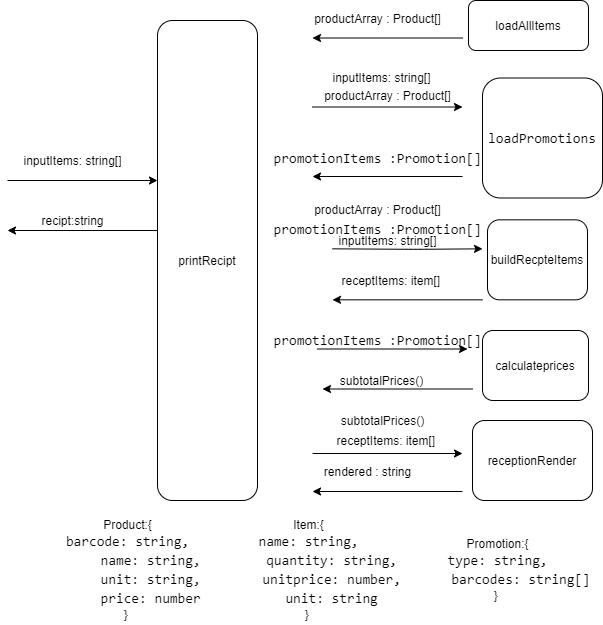
Before: TAskDiagram-POS.png, a diagram exported from draw.io (Lei-zhu-88/POS-Machine-V1-2020-11-5-3-48-45-545). Source tidied: cells renumbered, new cells last; positions are measured from the earlier drawing's top-left corner, leaving out a move shared by most shapes.
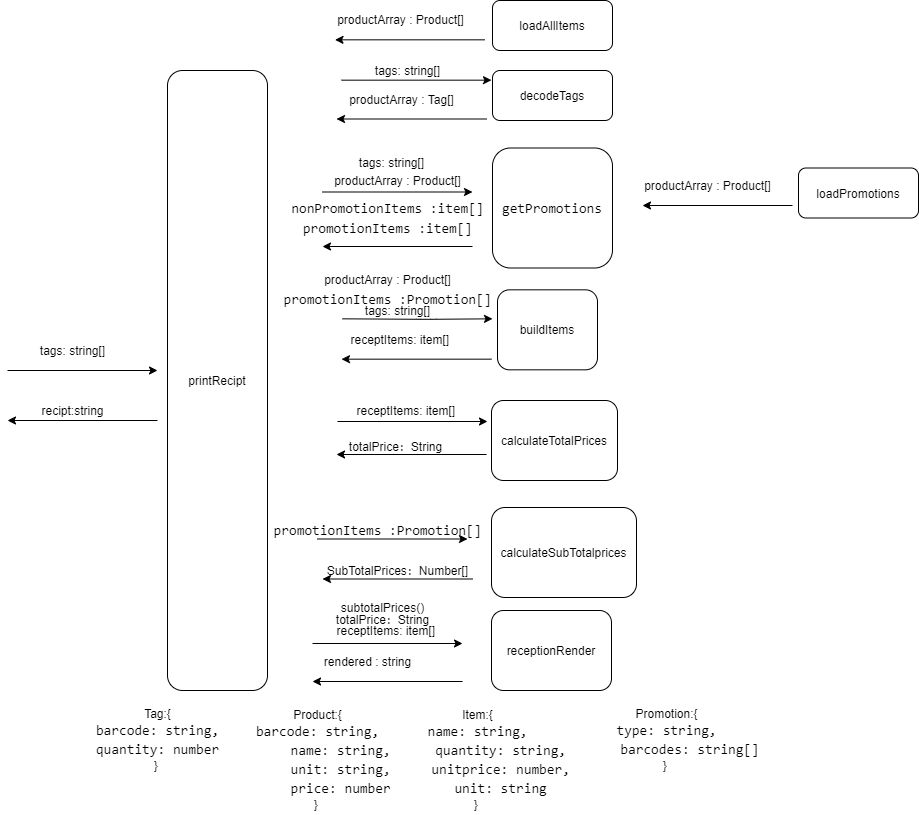
After the commit.

Commit message:
modify task diagram

Change to the diagram source:
```diff
@@ -3,7 +3,7 @@
     <mxCell id="0" />
     <mxCell id="1" parent="0" />
     <mxCell id="2" value="&lt;span&gt;printRecipt&lt;/span&gt;" style="rounded=1;whiteSpace=wrap;html=1;" parent="1" vertex="1">
-      <mxGeometry x="150" y="20" width="100" height="480" as="geometry" />
+      <mxGeometry x="160" y="-120" width="100" height="620" as="geometry" />
     </mxCell>
     <mxCell id="3" style="endArrow=classic;html=1;" parent="1" edge="1">
       <mxGeometry relative="1" as="geometry">
@@ -21,10 +21,10 @@
       <mxGeometry x="25" y="210" width="80" height="20" as="geometry" />
     </mxCell>
     <mxCell id="6" value="receptionRender" style="rounded=1;whiteSpace=wrap;html=1;" parent="1" vertex="1">
-      <mxGeometry x="465" y="420" width="120" height="80" as="geometry" />
+      <mxGeometry x="484" y="420" width="120" height="80" as="geometry" />
     </mxCell>
-    <mxCell id="7" value="&lt;div style=&quot;font-family: &amp;#34;consolas&amp;#34; , &amp;#34;courier new&amp;#34; , monospace ; font-size: 14px ; line-height: 19px&quot;&gt;loadPromotions&lt;/div&gt;" style="rounded=1;whiteSpace=wrap;html=1;" parent="1" vertex="1">
-      <mxGeometry x="475" y="77.5" width="120" height="120" as="geometry" />
+    <mxCell id="7" value="&lt;div style=&quot;font-family: &amp;#34;consolas&amp;#34; , &amp;#34;courier new&amp;#34; , monospace ; font-size: 14px ; line-height: 19px&quot;&gt;getPromotions&lt;/div&gt;" style="rounded=1;whiteSpace=wrap;html=1;" parent="1" vertex="1">
+      <mxGeometry x="485" y="-42.5" width="120" height="120" as="geometry" />
     </mxCell>
     <mxCell id="8" style="endArrow=classic;html=1;" parent="1" edge="1">
       <mxGeometry relative="1" as="geometry">
@@ -40,78 +40,78 @@
     </mxCell>
     <mxCell id="10" style="endArrow=classic;html=1;" parent="1" edge="1">
       <mxGeometry relative="1" as="geometry">
-        <mxPoint x="305" y="106.5" as="sourcePoint" />
-        <mxPoint x="455" y="106.5" as="targetPoint" />
+        <mxPoint x="315" y="1.5" as="sourcePoint" />
+        <mxPoint x="465" y="1.5" as="targetPoint" />
       </mxGeometry>
     </mxCell>
     <mxCell id="11" style="endArrow=classic;html=1;" parent="1" edge="1">
       <mxGeometry relative="1" as="geometry">
-        <mxPoint x="455" y="176" as="sourcePoint" />
-        <mxPoint x="305" y="176" as="targetPoint" />
+        <mxPoint x="465" y="56" as="sourcePoint" />
+        <mxPoint x="315" y="56" as="targetPoint" />
       </mxGeometry>
     </mxCell>
-    <mxCell id="12" value="&lt;font face=&quot;consolas, courier new, monospace&quot;&gt;&lt;span style=&quot;font-size: 14px&quot;&gt;promotionItems :Promotion[]&lt;/span&gt;&lt;/font&gt;" style="text;html=1;align=center;verticalAlign=middle;" parent="1" vertex="1">
-      <mxGeometry x="260" y="147.5" width="220" height="20" as="geometry" />
+    <mxCell id="12" value="&lt;font face=&quot;consolas, courier new, monospace&quot;&gt;&lt;span style=&quot;font-size: 14px&quot;&gt;promotionItems :item[]&lt;/span&gt;&lt;/font&gt;" style="text;html=1;align=center;verticalAlign=middle;" parent="1" vertex="1">
+      <mxGeometry x="290" y="27.5" width="180" height="20" as="geometry" />
     </mxCell>
     <mxCell id="13" value="&lt;span&gt;rendered&lt;/span&gt;&lt;span&gt;&amp;nbsp;: string&lt;/span&gt;" style="text;html=1;align=center;verticalAlign=middle;" parent="1" vertex="1">
       <mxGeometry x="310" y="461" width="100" height="20" as="geometry" />
     </mxCell>
-    <mxCell id="14" value="inputItems: string[]" style="text;html=1;align=center;verticalAlign=middle;" parent="1" vertex="1">
-      <mxGeometry x="10" y="150" width="110" height="20" as="geometry" />
+    <mxCell id="14" value="tags: string[]" style="text;html=1;align=center;verticalAlign=middle;" parent="1" vertex="1">
+      <mxGeometry x="25" y="150" width="80" height="20" as="geometry" />
     </mxCell>
-    <mxCell id="15" value="buildRecpteItems" style="rounded=1;whiteSpace=wrap;html=1;" parent="1" vertex="1">
-      <mxGeometry x="480" y="219.3" width="100" height="80" as="geometry" />
+    <mxCell id="15" value="buildItems" style="rounded=1;whiteSpace=wrap;html=1;" parent="1" vertex="1">
+      <mxGeometry x="490" y="99.3" width="100" height="80" as="geometry" />
     </mxCell>
     <mxCell id="16" style="endArrow=classic;html=1;" parent="1" edge="1">
       <mxGeometry relative="1" as="geometry">
-        <mxPoint x="325" y="248.3" as="sourcePoint" />
-        <mxPoint x="475" y="248.3" as="targetPoint" />
+        <mxPoint x="335" y="128.3" as="sourcePoint" />
+        <mxPoint x="485" y="128.3" as="targetPoint" />
         <Array as="points">
-          <mxPoint x="409" y="248.8" />
+          <mxPoint x="419" y="128.8" />
         </Array>
       </mxGeometry>
     </mxCell>
     <mxCell id="17" style="endArrow=classic;html=1;" parent="1" edge="1">
       <mxGeometry relative="1" as="geometry">
-        <mxPoint x="475" y="299.3" as="sourcePoint" />
-        <mxPoint x="325" y="299.3" as="targetPoint" />
+        <mxPoint x="484" y="168.7" as="sourcePoint" />
+        <mxPoint x="334" y="168.7" as="targetPoint" />
       </mxGeometry>
     </mxCell>
     <mxCell id="18" value="loadAllItems" style="rounded=1;whiteSpace=wrap;html=1;" parent="1" vertex="1">
-      <mxGeometry x="461" width="120" height="50" as="geometry" />
+      <mxGeometry x="485" y="-190" width="120" height="50" as="geometry" />
     </mxCell>
     <mxCell id="19" style="endArrow=classic;html=1;" parent="1" edge="1">
       <mxGeometry relative="1" as="geometry">
-        <mxPoint x="455" y="37.5" as="sourcePoint" />
-        <mxPoint x="305" y="37.5" as="targetPoint" />
+        <mxPoint x="477.5" y="-150.7" as="sourcePoint" />
+        <mxPoint x="327.5" y="-150.7" as="targetPoint" />
       </mxGeometry>
     </mxCell>
     <mxCell id="20" value="&lt;span&gt;productArray&lt;/span&gt;&lt;span&gt;&amp;nbsp;: Product[]&lt;/span&gt;" style="text;html=1;align=center;verticalAlign=middle;" parent="1" vertex="1">
-      <mxGeometry x="300" y="7.5" width="140" height="20" as="geometry" />
+      <mxGeometry x="322.5" y="-180.7" width="140" height="20" as="geometry" />
     </mxCell>
     <mxCell id="21" value="receptItems: item[]&amp;nbsp;" style="text;html=1;align=center;verticalAlign=middle;" parent="1" vertex="1">
-      <mxGeometry x="325" y="270" width="120" height="20" as="geometry" />
+      <mxGeometry x="334" y="139.3" width="120" height="20" as="geometry" />
     </mxCell>
     <mxCell id="22" value="Product:{&lt;br&gt;&lt;div style=&quot;font-family: &amp;#34;consolas&amp;#34; , &amp;#34;courier new&amp;#34; , monospace ; font-size: 14px ; line-height: 19px&quot;&gt;&lt;div&gt;barcode: string,&lt;/div&gt;&lt;div&gt;&amp;nbsp;&amp;nbsp;&amp;nbsp;&amp;nbsp;&amp;nbsp;&amp;nbsp;name: string,&lt;/div&gt;&lt;div&gt;&amp;nbsp;&amp;nbsp;&amp;nbsp;&amp;nbsp;&amp;nbsp;&amp;nbsp;unit: string,&lt;/div&gt;&lt;div&gt;&amp;nbsp;&amp;nbsp;&amp;nbsp;&amp;nbsp;&amp;nbsp;&amp;nbsp;price:&amp;nbsp;number&lt;/div&gt;&lt;/div&gt;}&amp;nbsp;" style="text;html=1;align=center;verticalAlign=middle;" parent="1" vertex="1">
-      <mxGeometry x="40" y="513.5" width="160" height="110" as="geometry" />
+      <mxGeometry x="230" y="513.5" width="160" height="110" as="geometry" />
     </mxCell>
     <mxCell id="23" value="Item:{&lt;br&gt;&lt;div style=&quot;font-family: &amp;#34;consolas&amp;#34; , &amp;#34;courier new&amp;#34; , monospace ; font-size: 14px ; line-height: 19px&quot;&gt;&lt;div&gt;name: string,&lt;/div&gt;&lt;div&gt;&amp;nbsp;&amp;nbsp;&amp;nbsp;&amp;nbsp;&amp;nbsp;&amp;nbsp;quantity: string,&lt;/div&gt;&lt;div&gt;&amp;nbsp;&amp;nbsp;&amp;nbsp;&amp;nbsp;&amp;nbsp;&amp;nbsp;unitprice: number,&lt;/div&gt;&lt;div&gt;&amp;nbsp;&amp;nbsp;&amp;nbsp;&amp;nbsp;&amp;nbsp;&amp;nbsp;unit:&amp;nbsp;string&lt;/div&gt;&lt;/div&gt;}&amp;nbsp;" style="text;html=1;align=center;verticalAlign=middle;" parent="1" vertex="1">
-      <mxGeometry x="201" y="513.5" width="200" height="110" as="geometry" />
+      <mxGeometry x="370" y="513.5" width="200" height="110" as="geometry" />
     </mxCell>
-    <mxCell id="24" value="inputItems: string[]" style="text;html=1;align=center;verticalAlign=middle;" parent="1" vertex="1">
-      <mxGeometry x="319" y="66.5" width="110" height="20" as="geometry" />
+    <mxCell id="24" value="tags: string[]" style="text;html=1;align=center;verticalAlign=middle;" parent="1" vertex="1">
+      <mxGeometry x="344" y="-38.5" width="80" height="20" as="geometry" />
     </mxCell>
     <mxCell id="25" value="&lt;span&gt;productArray&lt;/span&gt;&lt;span&gt;&amp;nbsp;: Product[]&lt;/span&gt;" style="text;html=1;align=center;verticalAlign=middle;" parent="1" vertex="1">
-      <mxGeometry x="310" y="85" width="140" height="20" as="geometry" />
+      <mxGeometry x="320" y="-20" width="140" height="20" as="geometry" />
     </mxCell>
     <mxCell id="26" value="Promotion:{&lt;br&gt;&lt;div style=&quot;font-family: &amp;#34;consolas&amp;#34; , &amp;#34;courier new&amp;#34; , monospace ; font-size: 14px ; line-height: 19px&quot;&gt;&lt;div&gt;type: string,&lt;/div&gt;&lt;div&gt;&amp;nbsp; &amp;nbsp; &amp;nbsp;&amp;nbsp;&lt;span&gt;barcodes: string[]&lt;/span&gt;&lt;/div&gt;&lt;/div&gt;}&amp;nbsp;" style="text;html=1;align=center;verticalAlign=middle;" parent="1" vertex="1">
-      <mxGeometry x="390" y="533.5" width="200" height="70" as="geometry" />
+      <mxGeometry x="559" y="513.5" width="200" height="70" as="geometry" />
     </mxCell>
     <mxCell id="27" value="&lt;font face=&quot;consolas, courier new, monospace&quot;&gt;&lt;span style=&quot;font-size: 14px&quot;&gt;promotionItems :Promotion[]&lt;/span&gt;&lt;/font&gt;" style="text;html=1;align=center;verticalAlign=middle;" parent="1" vertex="1">
-      <mxGeometry x="260" y="219.3" width="220" height="20" as="geometry" />
+      <mxGeometry x="270" y="99.3" width="220" height="20" as="geometry" />
     </mxCell>
-    <mxCell id="28" value="calculateprices" style="rounded=1;whiteSpace=wrap;html=1;" parent="1" vertex="1">
-      <mxGeometry x="475" y="330" width="106" height="70" as="geometry" />
+    <mxCell id="28" value="calculateSubTotalprices" style="rounded=1;whiteSpace=wrap;html=1;" parent="1" vertex="1">
+      <mxGeometry x="484" y="317" width="145" height="90" as="geometry" />
     </mxCell>
     <mxCell id="29" style="endArrow=classic;html=1;" parent="1" edge="1">
       <mxGeometry relative="1" as="geometry">
@@ -125,26 +125,89 @@
         <mxPoint x="315" y="388.5" as="targetPoint" />
       </mxGeometry>
     </mxCell>
-    <mxCell id="31" value="subtotalPrices()" style="text;html=1;align=center;verticalAlign=middle;" parent="1" vertex="1">
-      <mxGeometry x="324" y="370" width="100" height="20" as="geometry" />
+    <mxCell id="31" value="SubTotalPrices：Number[]" style="text;html=1;align=center;verticalAlign=middle;" parent="1" vertex="1">
+      <mxGeometry x="310" y="370" width="160" height="20" as="geometry" />
     </mxCell>
     <mxCell id="32" value="&lt;font face=&quot;consolas, courier new, monospace&quot;&gt;&lt;span style=&quot;font-size: 14px&quot;&gt;promotionItems :Promotion[]&lt;/span&gt;&lt;/font&gt;" style="text;html=1;align=center;verticalAlign=middle;" parent="1" vertex="1">
       <mxGeometry x="260" y="330" width="220" height="20" as="geometry" />
     </mxCell>
     <mxCell id="33" value="&lt;span style=&quot;color: rgba(0 , 0 , 0 , 0) ; font-family: monospace ; font-size: 0px&quot;&gt;%3CmxGraphModel%3E%3Croot%3E%3CmxCell%20id%3D%220%22%2F%3E%3CmxCell%20id%3D%221%22%20parent%3D%220%22%2F%3E%3CmxCell%20id%3D%222%22%20value%3D%22%26lt%3Bspan%26gt%3BproductArray%26lt%3B%2Fspan%26gt%3B%26lt%3Bspan%26gt%3B%26amp%3Bnbsp%3B%3A%20Product%5B%5D%26lt%3B%2Fspan%26gt%3B%22%20style%3D%22text%3Bhtml%3D1%3Balign%3Dcenter%3BverticalAlign%3Dmiddle%3Bresizable%3D0%3Bpoints%3D%5B%5D%3Bautosize%3D1%3B%22%20vertex%3D%221%22%20parent%3D%221%22%3E%3CmxGeometry%20x%3D%22370%22%20y%3D%2237.5%22%20width%3D%22140%22%20height%3D%2220%22%20as%3D%22geometry%22%2F%3E%3C%2FmxCell%3E%3C%2Froot%3E%3C%2FmxGraphModel%3E&lt;/span&gt;" style="text;html=1;align=center;verticalAlign=middle;" parent="1" vertex="1">
-      <mxGeometry x="369" y="199.3" width="20" height="20" as="geometry" />
+      <mxGeometry x="379" y="79.3" width="20" height="20" as="geometry" />
     </mxCell>
     <mxCell id="34" value="&lt;span&gt;productArray&lt;/span&gt;&lt;span&gt;&amp;nbsp;: Product[]&lt;/span&gt;" style="text;html=1;align=center;verticalAlign=middle;" parent="1" vertex="1">
-      <mxGeometry x="300" y="199.3" width="140" height="20" as="geometry" />
+      <mxGeometry x="310" y="79.3" width="140" height="20" as="geometry" />
     </mxCell>
-    <mxCell id="35" value="inputItems: string[]" style="text;html=1;align=center;verticalAlign=middle;" parent="1" vertex="1">
-      <mxGeometry x="325" y="230" width="110" height="20" as="geometry" />
+    <mxCell id="35" value="tags: string[]" style="text;html=1;align=center;verticalAlign=middle;" parent="1" vertex="1">
+      <mxGeometry x="350" y="110" width="80" height="20" as="geometry" />
     </mxCell>
     <mxCell id="36" value="subtotalPrices()" style="text;html=1;align=center;verticalAlign=middle;" parent="1" vertex="1">
-      <mxGeometry x="325" y="410" width="100" height="20" as="geometry" />
+      <mxGeometry x="325" y="407" width="100" height="20" as="geometry" />
     </mxCell>
     <mxCell id="37" value="receptItems: item[]&amp;nbsp;" style="text;html=1;align=center;verticalAlign=middle;" parent="1" vertex="1">
       <mxGeometry x="320" y="430" width="120" height="20" as="geometry" />
     </mxCell>
+    <mxCell id="38" value="calculateTotalPrices" style="rounded=1;whiteSpace=wrap;html=1;" parent="1" vertex="1">
+      <mxGeometry x="484" y="210" width="126" height="80" as="geometry" />
+    </mxCell>
+    <mxCell id="39" style="endArrow=classic;html=1;" parent="1" edge="1">
+      <mxGeometry relative="1" as="geometry">
+        <mxPoint x="330" y="231" as="sourcePoint" />
+        <mxPoint x="480" y="231" as="targetPoint" />
+      </mxGeometry>
+    </mxCell>
+    <mxCell id="40" style="endArrow=classic;html=1;" parent="1" edge="1">
+      <mxGeometry relative="1" as="geometry">
+        <mxPoint x="479" y="264" as="sourcePoint" />
+        <mxPoint x="329" y="264" as="targetPoint" />
+      </mxGeometry>
+    </mxCell>
+    <mxCell id="41" value="totalPrice：String" style="text;html=1;align=center;verticalAlign=middle;" parent="1" vertex="1">
+      <mxGeometry x="333" y="245.5" width="110" height="20" as="geometry" />
+    </mxCell>
+    <mxCell id="42" value="receptItems: item[]&amp;nbsp;" style="text;html=1;align=center;verticalAlign=middle;" parent="1" vertex="1">
+      <mxGeometry x="340" y="210" width="120" height="20" as="geometry" />
+    </mxCell>
+    <mxCell id="43" value="loadPromotions" style="rounded=1;whiteSpace=wrap;html=1;" parent="1" vertex="1">
+      <mxGeometry x="791" y="-22.5" width="120" height="50" as="geometry" />
+    </mxCell>
+    <mxCell id="44" style="endArrow=classic;html=1;" parent="1" edge="1">
+      <mxGeometry relative="1" as="geometry">
+        <mxPoint x="785" y="15" as="sourcePoint" />
+        <mxPoint x="635" y="15" as="targetPoint" />
+      </mxGeometry>
+    </mxCell>
+    <mxCell id="45" value="&lt;span&gt;productArray&lt;/span&gt;&lt;span&gt;&amp;nbsp;: Product[]&lt;/span&gt;" style="text;html=1;align=center;verticalAlign=middle;" parent="1" vertex="1">
+      <mxGeometry x="630" y="-15" width="140" height="20" as="geometry" />
+    </mxCell>
+    <mxCell id="46" value="&lt;font face=&quot;consolas, courier new, monospace&quot;&gt;&lt;span style=&quot;font-size: 14px&quot;&gt;nonPromotionItems :item[]&lt;/span&gt;&lt;/font&gt;" style="text;html=1;align=center;verticalAlign=middle;" parent="1" vertex="1">
+      <mxGeometry x="275" y="7.5" width="210" height="20" as="geometry" />
+    </mxCell>
+    <mxCell id="47" value="totalPrice：String" style="text;html=1;align=center;verticalAlign=middle;" parent="1" vertex="1">
+      <mxGeometry x="320" y="419" width="110" height="20" as="geometry" />
+    </mxCell>
+    <mxCell id="48" value="Tag:{&lt;br&gt;&lt;div style=&quot;font-family: &amp;#34;consolas&amp;#34; , &amp;#34;courier new&amp;#34; , monospace ; font-size: 14px ; line-height: 19px&quot;&gt;&lt;div&gt;barcode: string,&lt;/div&gt;&lt;div&gt;&lt;span&gt;quantity:&amp;nbsp;number&lt;/span&gt;&lt;/div&gt;&lt;/div&gt;}&amp;nbsp;" style="text;html=1;align=center;verticalAlign=middle;" parent="1" vertex="1">
+      <mxGeometry x="80" y="513.5" width="140" height="70" as="geometry" />
+    </mxCell>
+    <mxCell id="49" value="decodeTags" style="rounded=1;whiteSpace=wrap;html=1;" parent="1" vertex="1">
+      <mxGeometry x="485" y="-120" width="120" height="50" as="geometry" />
+    </mxCell>
+    <mxCell id="50" style="endArrow=classic;html=1;" parent="1" edge="1">
+      <mxGeometry relative="1" as="geometry">
+        <mxPoint x="479" y="-71.5" as="sourcePoint" />
+        <mxPoint x="329" y="-71.5" as="targetPoint" />
+      </mxGeometry>
+    </mxCell>
+    <mxCell id="51" value="&lt;span&gt;productArray&lt;/span&gt;&lt;span&gt;&amp;nbsp;: Tag[]&lt;/span&gt;" style="text;html=1;align=center;verticalAlign=middle;" parent="1" vertex="1">
+      <mxGeometry x="334" y="-101.5" width="120" height="20" as="geometry" />
+    </mxCell>
+    <mxCell id="52" value="tags: string[]" style="text;html=1;align=center;verticalAlign=middle;" parent="1" vertex="1">
+      <mxGeometry x="360" y="-130" width="80" height="20" as="geometry" />
+    </mxCell>
+    <mxCell id="53" style="endArrow=classic;html=1;" parent="1" edge="1">
+      <mxGeometry relative="1" as="geometry">
+        <mxPoint x="334" y="-110.3" as="sourcePoint" />
+        <mxPoint x="484" y="-110.3" as="targetPoint" />
+      </mxGeometry>
+    </mxCell>
   </root>
 </mxGraphModel>
```
